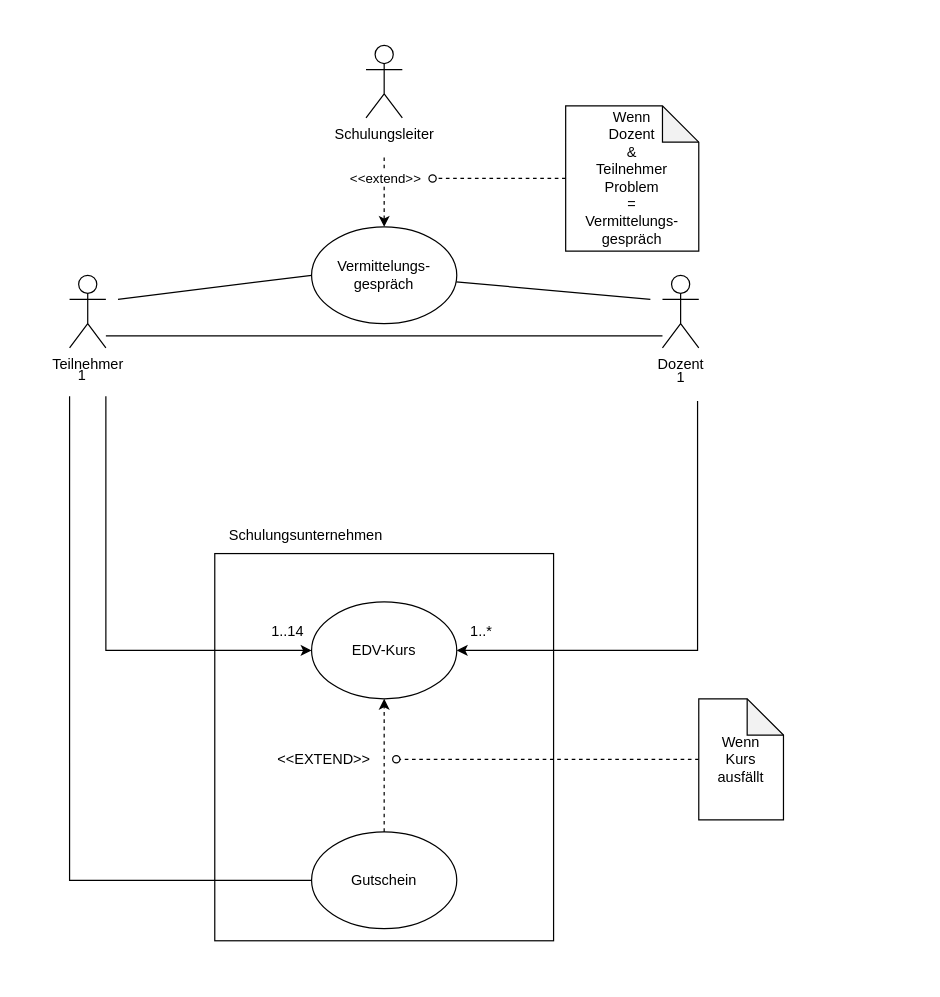
This is UML/2_2_Anwendungsdiagramm.drawio from Exentera/CSHRP-Lernprozess, a draw.io file, before an edit. Source tidied: cells renumbered, new cells numbered last; positions are measured from the earlier drawing's top-left corner, leaving out a move shared by most shapes. Both pictures are drawn from the tidied source at 121%, with x=0, y=0 at pixel (63, 45).
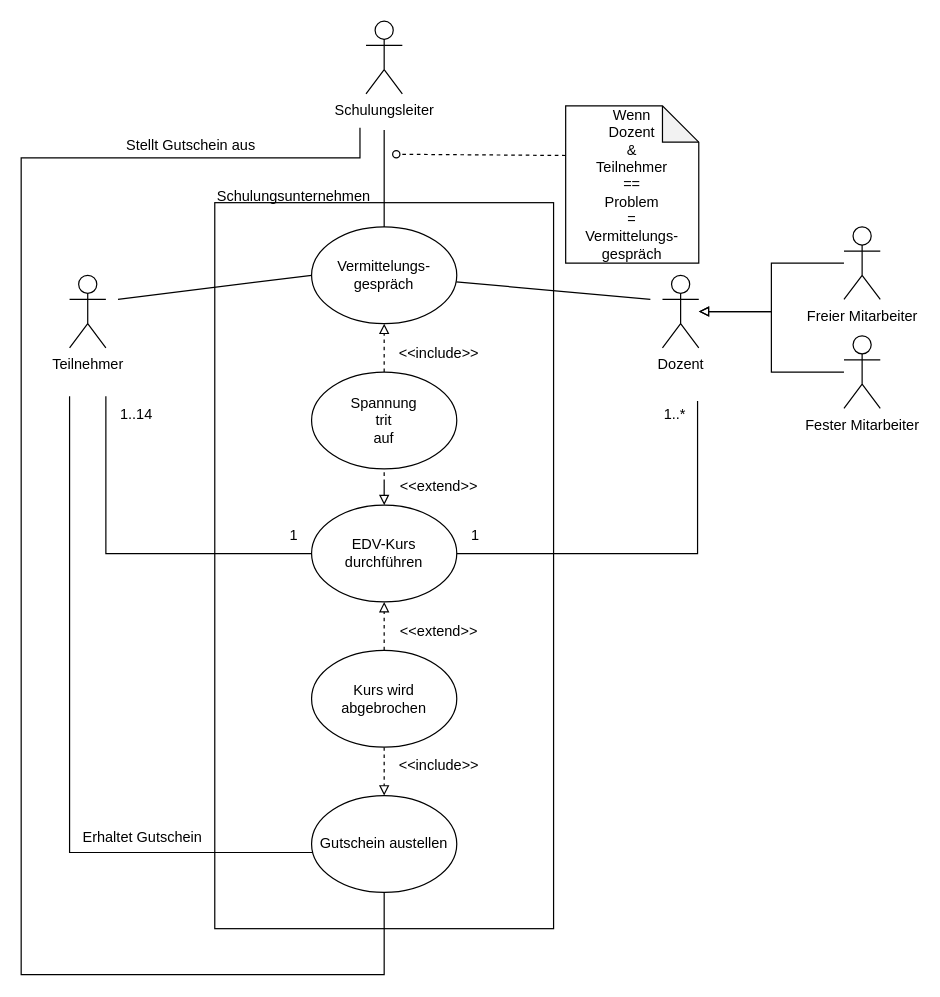
Above is the later version.

The change refers to these unchanged cells:
```xml
<mxCell id="9" value="Teilnehmer" style="shape=umlActor;verticalLabelPosition=bottom;verticalAlign=top;html=1;outlineConnect=0;" parent="1" vertex="1">
  <mxGeometry x="5" y="190" width="30" height="60" as="geometry" />
</mxCell>
<mxCell id="12" value="Dozent" style="shape=umlActor;verticalLabelPosition=bottom;verticalAlign=top;html=1;outlineConnect=0;" parent="1" vertex="1">
  <mxGeometry x="495" y="190" width="30" height="60" as="geometry" />
</mxCell>
<mxCell id="16" value="Vermittelungs-&lt;div&gt;gespräch&lt;/div&gt;" style="ellipse;whiteSpace=wrap;html=1;" parent="1" vertex="1">
  <mxGeometry x="205" y="150" width="120" height="80" as="geometry" />
</mxCell>
```

Change to the diagram source:
```diff
@@
     <mxCell id="2" style="rounded=0;whiteSpace=wrap;html=1;" parent="1" vertex="1">
-      <mxGeometry x="125" y="420" width="280" height="320" as="geometry" />
+      <mxGeometry x="125" y="130" width="280" height="600" as="geometry" />
     </mxCell>
     <mxCell id="3" value="Schulungsunternehmen" style="text;html=1;align=center;verticalAlign=middle;strokeColor=none;fillColor=none;" parent="1" vertex="1">
-      <mxGeometry x="125" y="390" width="150" height="30" as="geometry" />
+      <mxGeometry x="115" y="110" width="150" height="30" as="geometry" />
     </mxCell>
+    <mxCell id="28" style="edgeStyle=orthogonalEdgeStyle;rounded=0;jettySize=auto;html=1;entryX=0.5;entryY=1;entryDx=0;entryDy=0;dashed=1;endArrow=none;startFill=0;endFill=0;startArrow=block;" parent="1" edge="1" source="4" target="36">
+      <mxGeometry relative="1" as="geometry" />
+    </mxCell>
-    <mxCell id="4" value="EDV-Kurs" style="ellipse;whiteSpace=wrap;html=1;" parent="1" vertex="1">
-      <mxGeometry x="205" y="460" width="120" height="80" as="geometry" />
+    <mxCell id="4" value="EDV-Kurs&lt;div&gt;durchführen&lt;/div&gt;" style="ellipse;whiteSpace=wrap;html=1;" parent="1" vertex="1">
+      <mxGeometry x="205" y="380" width="120" height="80" as="geometry" />
     </mxCell>
     <mxCell id="5" value="1..14" style="text;html=1;align=center;verticalAlign=middle;strokeColor=none;fillColor=none;" parent="1" vertex="1">
-      <mxGeometry x="160" y="470" width="50" height="30" as="geometry" />
+      <mxGeometry x="35" y="290" width="50" height="30" as="geometry" />
     </mxCell>
-    <mxCell id="6" style="edgeStyle=orthogonalEdgeStyle;rounded=0;jettySize=auto;html=1;entryX=0;entryY=0.5;entryDx=0;entryDy=0;" parent="1" edge="1" target="4">
+    <mxCell id="6" style="edgeStyle=orthogonalEdgeStyle;rounded=0;jettySize=auto;html=1;entryX=0;entryY=0.5;entryDx=0;entryDy=0;endArrow=none;startFill=0;" parent="1" edge="1" target="4">
       <mxGeometry relative="1" as="geometry">
         <mxPoint x="35" y="290" as="sourcePoint" />
         <Array as="points">
-          <mxPoint x="35" y="500" />
+          <mxPoint x="35" y="420" />
         </Array>
       </mxGeometry>
     </mxCell>
-    <mxCell id="7" style="edgeStyle=orthogonalEdgeStyle;rounded=0;jettySize=auto;html=1;endArrow=none;startFill=0;" parent="1" edge="1" source="9" target="12">
-      <mxGeometry relative="1" as="geometry">
-        <Array as="points">
-          <mxPoint x="255" y="240" />
-          <mxPoint x="255" y="240" />
-        </Array>
-      </mxGeometry>
-    </mxCell>
@@
-    <mxCell id="10" style="edgeStyle=orthogonalEdgeStyle;rounded=0;jettySize=auto;html=1;entryX=1;entryY=0.5;entryDx=0;entryDy=0;" parent="1" edge="1" target="4">
+    <mxCell id="10" style="edgeStyle=orthogonalEdgeStyle;rounded=0;jettySize=auto;html=1;entryX=1;entryY=0.5;entryDx=0;entryDy=0;endArrow=none;startFill=0;" parent="1" edge="1" target="4">
       <mxGeometry relative="1" as="geometry">
         <mxPoint x="524" y="294" as="sourcePoint" />
         <Array as="points">
-          <mxPoint x="524" y="294" />
-          <mxPoint x="524" y="294" />
-          <mxPoint x="524" y="500" />
+          <mxPoint x="524" y="420" />
         </Array>
       </mxGeometry>
     </mxCell>
@@
+    <mxCell id="29" style="edgeStyle=orthogonalEdgeStyle;rounded=0;orthogonalLoop=1;jettySize=auto;html=1;endArrow=none;startFill=0;" parent="1" edge="1">
+      <mxGeometry relative="1" as="geometry">
+        <mxPoint x="245" y="70" as="sourcePoint" />
+        <mxPoint x="265" y="698" as="targetPoint" />
+        <Array as="points">
+          <mxPoint x="245" y="68" />
+          <mxPoint x="245" y="93" />
+          <mxPoint x="-35" y="93" />
+          <mxPoint x="-35" y="768" />
+          <mxPoint x="265" y="768" />
+        </Array>
+      </mxGeometry>
+    </mxCell>
     <mxCell id="13" value="Schulungsleiter" style="shape=umlActor;verticalLabelPosition=bottom;verticalAlign=top;html=1;" parent="1" vertex="1">
-      <mxGeometry x="250" width="30" height="60" as="geometry" />
+      <mxGeometry x="250" y="-20" width="30" height="60" as="geometry" />
     </mxCell>
-    <mxCell id="14" style="edgeStyle=orthogonalEdgeStyle;rounded=0;jettySize=auto;html=1;endArrow=none;startFill=1;dashed=1;endFill=0;startArrow=classic;" parent="1" edge="1" source="16">
+    <mxCell id="14" style="edgeStyle=orthogonalEdgeStyle;rounded=0;jettySize=auto;html=1;endArrow=none;startFill=0;endFill=0;startArrow=none;" parent="1" edge="1" source="16">
       <mxGeometry relative="1" as="geometry">
-        <mxPoint x="265" y="90" as="targetPoint" />
+        <mxPoint x="265" y="70" as="targetPoint" />
       </mxGeometry>
     </mxCell>
-    <mxCell id="15" value="&amp;lt;&amp;lt;extend&amp;gt;&amp;gt;" style="edgeLabel;html=1;align=center;verticalAlign=middle;" parent="14" vertex="1">
-      <mxGeometry x="0.25" y="-3" relative="1" as="geometry">
-        <mxPoint x="-3" y="-3" as="offset" />
-      </mxGeometry>
-    </mxCell>
@@
     <mxCell id="17" value="1" style="text;html=1;align=center;verticalAlign=middle;points=[];strokeColor=none;fillColor=none;" parent="1" vertex="1">
-      <mxGeometry y="258" width="30" height="30" as="geometry" />
+      <mxGeometry x="175" y="390" width="30" height="30" as="geometry" />
     </mxCell>
     <mxCell id="18" value="1" style="text;html=1;align=center;verticalAlign=middle;strokeColor=none;fillColor=none;" parent="1" vertex="1">
-      <mxGeometry x="495" y="260" width="30" height="30" as="geometry" />
+      <mxGeometry x="325" y="390" width="30" height="30" as="geometry" />
     </mxCell>
     <mxCell id="19" value="1..*" style="text;html=1;align=center;verticalAlign=middle;strokeColor=none;fillColor=none;" parent="1" vertex="1">
-      <mxGeometry x="325" y="470" width="40" height="30" as="geometry" />
+      <mxGeometry x="485" y="290" width="40" height="30" as="geometry" />
     </mxCell>
-    <mxCell id="20" style="edgeStyle=orthogonalEdgeStyle;rounded=0;jettySize=auto;html=1;endArrow=classic;startFill=0;startArrow=none;endFill=1;dashed=1;" parent="1" edge="1" source="22" target="4">
+    <mxCell id="20" style="edgeStyle=orthogonalEdgeStyle;rounded=0;jettySize=auto;html=1;endArrow=block;startFill=0;startArrow=none;endFill=0;dashed=1;" parent="1" edge="1" source="22" target="4">
       <mxGeometry relative="1" as="geometry" />
     </mxCell>
-    <mxCell id="21" style="edgeStyle=orthogonalEdgeStyle;rounded=0;jettySize=auto;html=1;entryX=0.167;entryY=1.067;entryDx=0;entryDy=0;entryPerimeter=0;endArrow=none;startFill=0;" parent="1" edge="1" source="22" target="17">
-      <mxGeometry relative="1" as="geometry" />
+    <mxCell id="21" style="edgeStyle=orthogonalEdgeStyle;rounded=0;jettySize=auto;html=1;endArrow=none;startFill=0;exitX=0.017;exitY=0.588;exitDx=0;exitDy=0;exitPerimeter=0;" parent="1" edge="1" source="38">
+      <mxGeometry relative="1" as="geometry">
+        <mxPoint x="5" y="290" as="targetPoint" />
+        <Array as="points">
+          <mxPoint x="5" y="667" />
+        </Array>
+      </mxGeometry>
     </mxCell>
+    <mxCell id="30" style="edgeStyle=orthogonalEdgeStyle;rounded=0;jettySize=auto;html=1;entryX=0.5;entryY=0;entryDx=0;entryDy=0;dashed=1;endArrow=block;endFill=0;" parent="1" edge="1" source="22" target="38">
+      <mxGeometry relative="1" as="geometry" />
+    </mxCell>
-    <mxCell id="22" value="Gutschein" style="ellipse;whiteSpace=wrap;html=1;" parent="1" vertex="1">
-      <mxGeometry x="205" y="650" width="120" height="80" as="geometry" />
+    <mxCell id="22" value="Kurs wird&lt;div&gt;abgebrochen&lt;/div&gt;" style="ellipse;whiteSpace=wrap;html=1;" parent="1" vertex="1">
+      <mxGeometry x="205" y="500" width="120" height="80" as="geometry" />
     </mxCell>
-    <mxCell id="23" style="edgeStyle=orthogonalEdgeStyle;rounded=0;jettySize=auto;html=1;endArrow=oval;startFill=0;dashed=1;startArrow=none;endFill=0;" parent="1" edge="1" source="24">
-      <mxGeometry relative="1" as="geometry">
-        <mxPoint x="275" y="590" as="targetPoint" />
-      </mxGeometry>
-    </mxCell>
-    <mxCell id="24" value="Wenn&lt;div&gt;Kurs&lt;/div&gt;&lt;div&gt;ausfällt&lt;/div&gt;" style="shape=note;whiteSpace=wrap;html=1;backgroundOutline=1;darkOpacity=0.05;" parent="1" vertex="1">
-      <mxGeometry x="525" y="540" width="70" height="100" as="geometry" />
-    </mxCell>
-    <mxCell id="25" value="&amp;lt;&amp;lt;EXTEND&amp;gt;&amp;gt;" style="text;html=1;align=center;verticalAlign=middle;strokeColor=none;fillColor=none;" parent="1" vertex="1">
-      <mxGeometry x="165" y="575" width="100" height="30" as="geometry" />
+    <mxCell id="25" value="&amp;lt;&amp;lt;extend&amp;gt;&amp;gt;" style="text;html=1;align=center;verticalAlign=middle;strokeColor=none;fillColor=none;" parent="1" vertex="1">
+      <mxGeometry x="265" y="470" width="90" height="30" as="geometry" />
     </mxCell>
-    <mxCell id="26" style="edgeStyle=orthogonalEdgeStyle;rounded=0;jettySize=auto;html=1;endArrow=oval;startFill=0;startArrow=none;endFill=0;dashed=1;" parent="1" edge="1" source="27">
+    <mxCell id="26" style="edgeStyle=orthogonalEdgeStyle;rounded=0;orthogonalLoop=1;jettySize=auto;html=1;endArrow=oval;startFill=0;startArrow=none;endFill=0;dashed=1;" parent="1" edge="1">
       <mxGeometry relative="1" as="geometry">
-        <mxPoint x="305" y="110" as="targetPoint" />
+        <mxPoint x="415" y="91" as="sourcePoint" />
+        <mxPoint x="275" y="90" as="targetPoint" />
+        <Array as="points">
+          <mxPoint x="275" y="91" />
+        </Array>
       </mxGeometry>
     </mxCell>
-    <mxCell id="27" value="Wenn&lt;div&gt;Dozent&lt;/div&gt;&lt;div&gt;&amp;amp;&lt;/div&gt;&lt;div&gt;Teilnehmer&lt;/div&gt;&lt;div&gt;Problem&lt;/div&gt;&lt;div&gt;=&lt;/div&gt;&lt;div&gt;Vermittelungs-&lt;div&gt;gespräch&lt;/div&gt;&lt;/div&gt;" style="shape=note;whiteSpace=wrap;html=1;backgroundOutline=1;darkOpacity=0.05;" parent="1" vertex="1">
-      <mxGeometry x="415" y="50" width="110" height="120" as="geometry" />
+    <mxCell id="27" value="Wenn&lt;div&gt;Dozent&lt;/div&gt;&lt;div&gt;&amp;amp;&lt;/div&gt;&lt;div&gt;Teilnehmer&lt;/div&gt;&lt;div&gt;==&lt;/div&gt;&lt;div&gt;Problem&lt;/div&gt;&lt;div&gt;=&lt;/div&gt;&lt;div&gt;Vermittelungs-&lt;div&gt;gespräch&lt;/div&gt;&lt;/div&gt;" style="shape=note;whiteSpace=wrap;html=1;backgroundOutline=1;darkOpacity=0.05;" parent="1" vertex="1">
+      <mxGeometry x="415" y="50" width="110" height="130" as="geometry" />
     </mxCell>
+    <mxCell id="31" style="edgeStyle=orthogonalEdgeStyle;rounded=0;jettySize=auto;html=1;endArrow=block;endFill=0;" parent="1" edge="1" source="32" target="12">
+      <mxGeometry relative="1" as="geometry" />
+    </mxCell>
+    <mxCell id="32" value="Fester Mitarbeiter" style="shape=umlActor;verticalLabelPosition=bottom;verticalAlign=top;html=1;outlineConnect=0;" parent="1" vertex="1">
+      <mxGeometry x="645" y="240" width="30" height="60" as="geometry" />
+    </mxCell>
+    <mxCell id="33" style="edgeStyle=orthogonalEdgeStyle;rounded=0;jettySize=auto;html=1;endArrow=block;endFill=0;" parent="1" edge="1" source="34" target="12">
+      <mxGeometry relative="1" as="geometry" />
+    </mxCell>
+    <mxCell id="34" value="Freier Mitarbeiter" style="shape=umlActor;verticalLabelPosition=bottom;verticalAlign=top;html=1;outlineConnect=0;" parent="1" vertex="1">
+      <mxGeometry x="645" y="150" width="30" height="60" as="geometry" />
+    </mxCell>
+    <mxCell id="35" style="edgeStyle=orthogonalEdgeStyle;rounded=0;jettySize=auto;html=1;entryX=0.5;entryY=1;entryDx=0;entryDy=0;dashed=1;endArrow=block;endFill=0;" parent="1" edge="1" source="36" target="16">
+      <mxGeometry relative="1" as="geometry" />
+    </mxCell>
+    <mxCell id="36" value="Spannung&lt;div&gt;trit&lt;/div&gt;&lt;div&gt;auf&lt;/div&gt;" style="ellipse;whiteSpace=wrap;html=1;" parent="1" vertex="1">
+      <mxGeometry x="205" y="270" width="120" height="80" as="geometry" />
+    </mxCell>
+    <mxCell id="15" value="&amp;lt;&amp;lt;extend&amp;gt;&amp;gt;" style="text;html=1;align=center;verticalAlign=middle;strokeColor=none;fillColor=none;" parent="1" vertex="1">
+      <mxGeometry x="265" y="350" width="90" height="30" as="geometry" />
+    </mxCell>
+    <mxCell id="37" value="&amp;lt;&amp;lt;include&amp;gt;&amp;gt;" style="text;html=1;align=center;verticalAlign=middle;strokeColor=none;fillColor=none;" parent="1" vertex="1">
+      <mxGeometry x="265" y="240" width="90" height="30" as="geometry" />
+    </mxCell>
+    <mxCell id="38" value="Gutschein austellen" style="ellipse;whiteSpace=wrap;html=1;" parent="1" vertex="1">
+      <mxGeometry x="205" y="620" width="120" height="80" as="geometry" />
+    </mxCell>
+    <mxCell id="39" value="&amp;lt;&amp;lt;include&amp;gt;&amp;gt;" style="text;html=1;align=center;verticalAlign=middle;strokeColor=none;fillColor=none;" parent="1" vertex="1">
+      <mxGeometry x="265" y="580" width="90" height="30" as="geometry" />
+    </mxCell>
+    <mxCell id="40" value="Stellt Gutschein aus" style="text;html=1;align=center;verticalAlign=middle;strokeColor=none;fillColor=none;" parent="1" vertex="1">
+      <mxGeometry x="40" y="68" width="130" height="30" as="geometry" />
+    </mxCell>
+    <mxCell id="41" value="Erhaltet Gutschein" style="text;html=1;align=center;verticalAlign=middle;strokeColor=none;fillColor=none;" parent="1" vertex="1">
+      <mxGeometry x="5" y="640" width="120" height="30" as="geometry" />
+    </mxCell>
```
